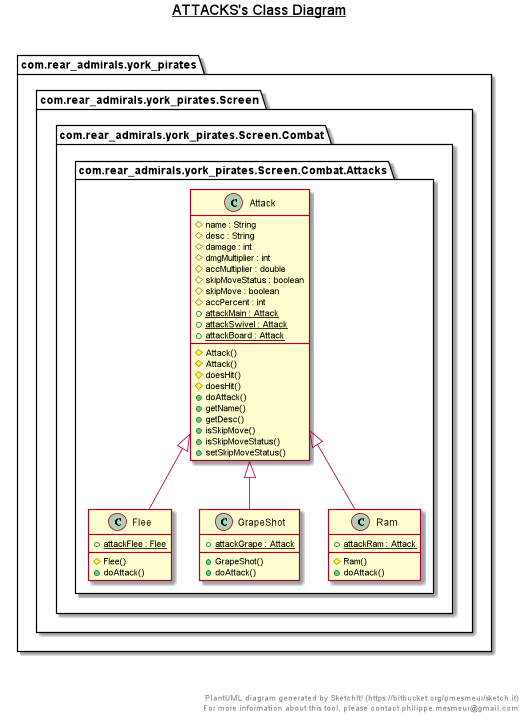
Above: Images/Ass2UML/Attacks.png in TaylorWillmott/SEPR (PlantUML), before the change.
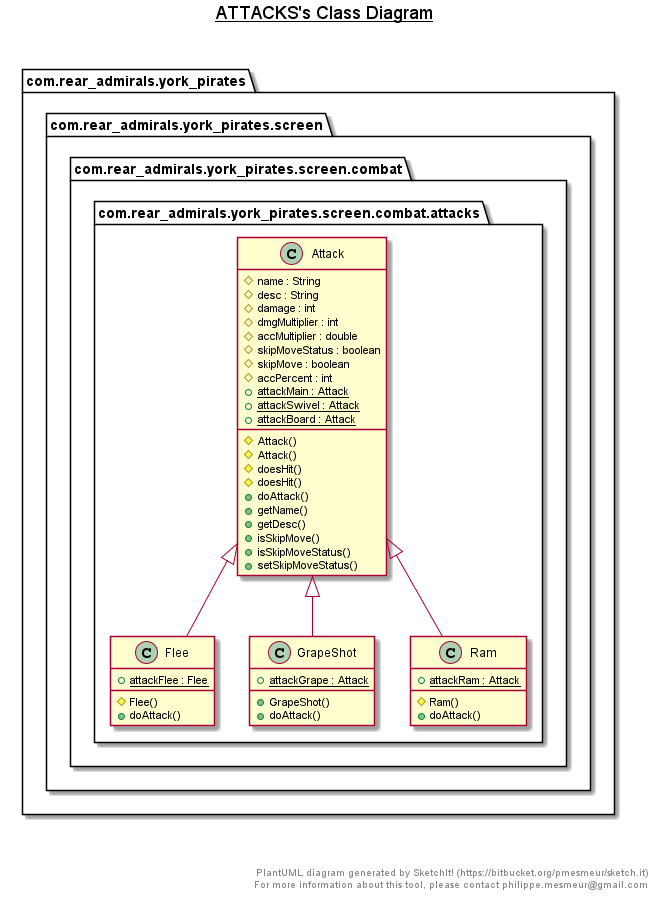
After the commit.

Diff of the diagram source:
```diff
@@ -3,9 +3,9 @@
 title __ATTACKS's Class Diagram__\n
 
   package com.rear_admirals.york_pirates {
-    package com.rear_admirals.york_pirates.Screen {
-      package com.rear_admirals.york_pirates.Screen.Combat {
-        package com.rear_admirals.york_pirates.Screen.Combat.Attacks {
+    package com.rear_admirals.york_pirates.screen {
+      package com.rear_admirals.york_pirates.screen.combat {
+        package com.rear_admirals.york_pirates.screen.combat.attacks {
           class Attack {
               # name : String
               # desc : String
@@ -36,9 +36,9 @@
 
 
   package com.rear_admirals.york_pirates {
-    package com.rear_admirals.york_pirates.Screen {
-      package com.rear_admirals.york_pirates.Screen.Combat {
-        package com.rear_admirals.york_pirates.Screen.Combat.Attacks {
+    package com.rear_admirals.york_pirates.screen {
+      package com.rear_admirals.york_pirates.screen.combat {
+        package com.rear_admirals.york_pirates.screen.combat.attacks {
           class Flee {
               {static} + attackFlee : Flee
               # Flee()
@@ -51,9 +51,9 @@
 
 
   package com.rear_admirals.york_pirates {
-    package com.rear_admirals.york_pirates.Screen {
-      package com.rear_admirals.york_pirates.Screen.Combat {
-        package com.rear_admirals.york_pirates.Screen.Combat.Attacks {
+    package com.rear_admirals.york_pirates.screen {
+      package com.rear_admirals.york_pirates.screen.combat {
+        package com.rear_admirals.york_pirates.screen.combat.attacks {
           class GrapeShot {
               {static} + attackGrape : Attack
               + GrapeShot()
@@ -66,9 +66,9 @@
 
 
   package com.rear_admirals.york_pirates {
-    package com.rear_admirals.york_pirates.Screen {
-      package com.rear_admirals.york_pirates.Screen.Combat {
-        package com.rear_admirals.york_pirates.Screen.Combat.Attacks {
+    package com.rear_admirals.york_pirates.screen {
+      package com.rear_admirals.york_pirates.screen.combat {
+        package com.rear_admirals.york_pirates.screen.combat.attacks {
           class Ram {
               {static} + attackRam : Attack
               # Ram()
```
